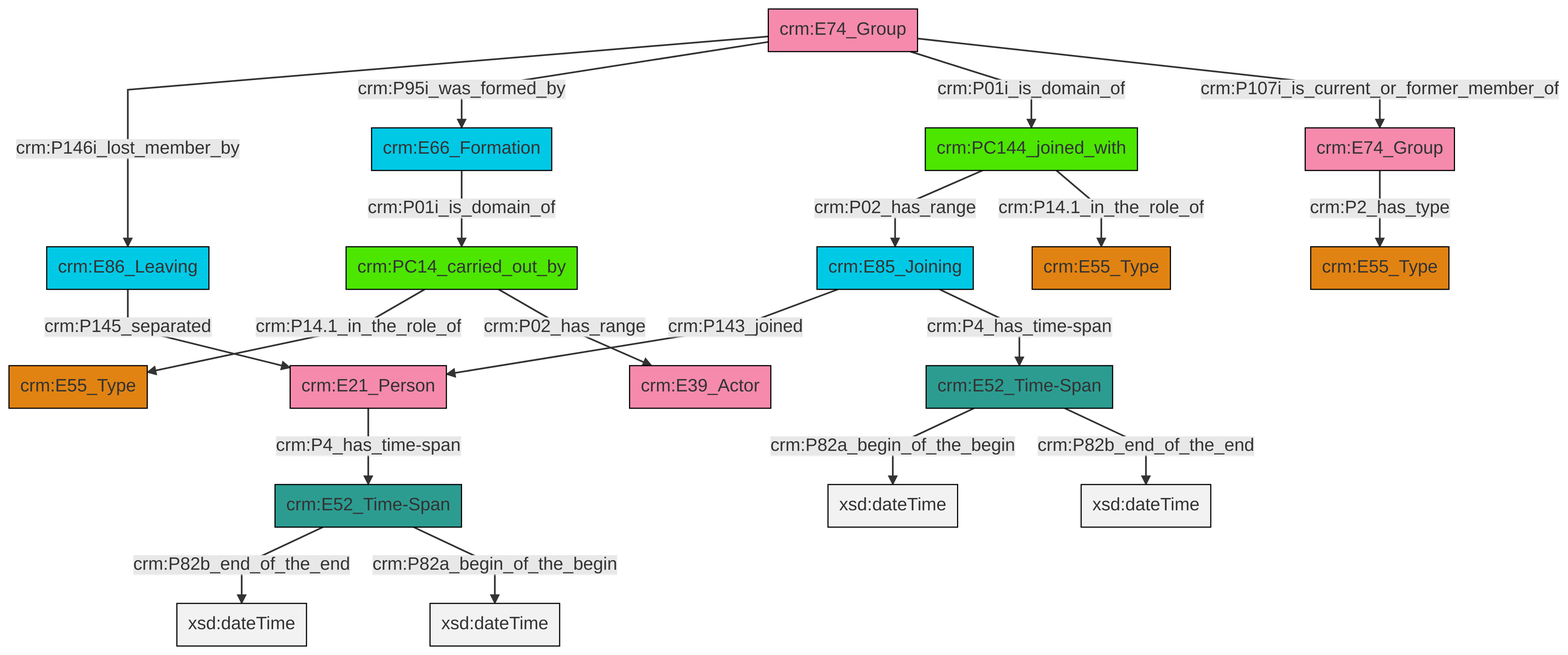
Above: et/groupCSV/ttl/mmd/png/group_actor_relations.png in swiss-art-research-net/reference-data-models (Mermaid), before the change. Its source is kept beside it as et/groupCSV/ttl/mmd/group_actor_relations.ttl.mmd.
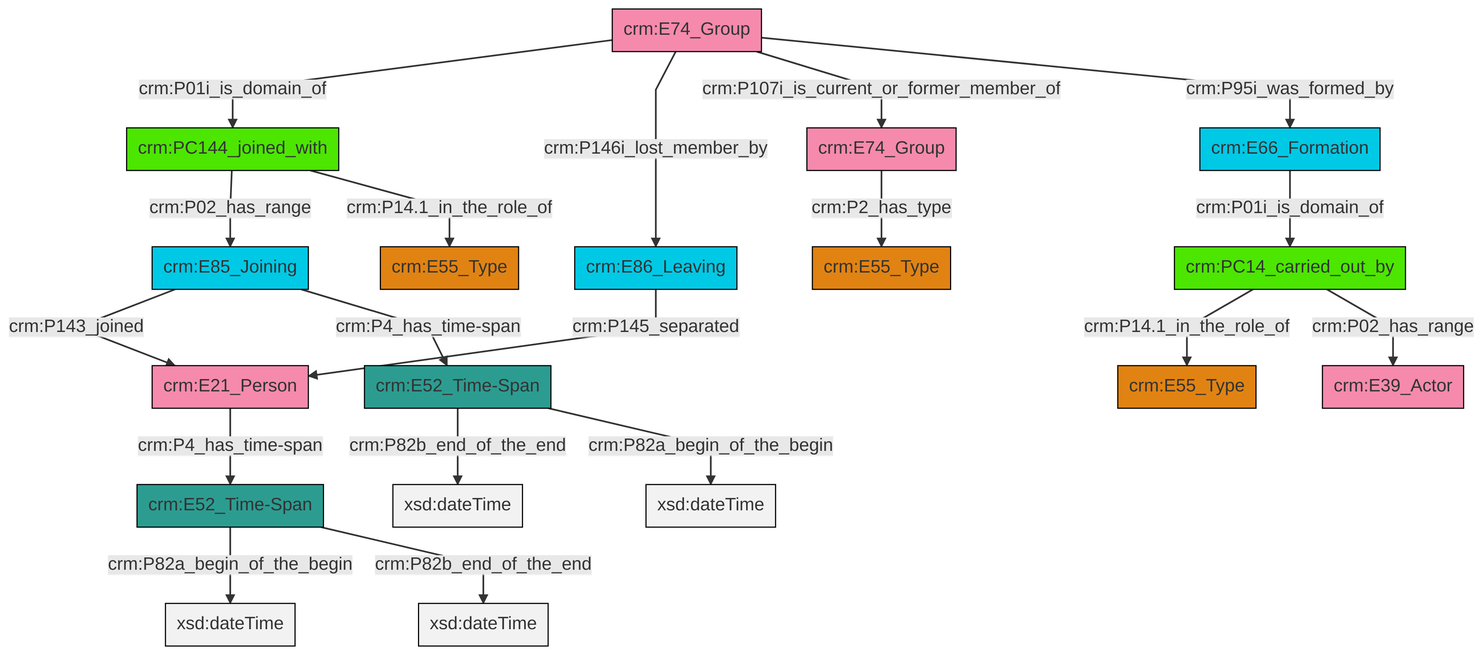
The same file after the commit.

The edit, as a diff of the source:
```diff
@@ -13,21 +13,21 @@
 classDef PC_Classes fill:#4ce600, stroke:#000000;
 classDef Multi fill:#cccccc,stroke:#000000;
 
-6["crm:E74_Group"]:::Actor -->|crm:P146i_lost_member_by| 7["crm:E86_Leaving"]:::Temporal_Entity
-7["crm:E86_Leaving"]:::Temporal_Entity -->|crm:P145_separated| 10["crm:E21_Person"]:::Actor
-11["crm:PC144_joined_with"]:::PC_Classes -->|crm:P02_has_range| 8["crm:E85_Joining"]:::Temporal_Entity
-12["crm:E74_Group"]:::Actor -->|crm:P2_has_type| 13["crm:E55_Type"]:::Type
-14["crm:E66_Formation"]:::Temporal_Entity -->|crm:P01i_is_domain_of| 0["crm:PC14_carried_out_by"]:::PC_Classes
-0["crm:PC14_carried_out_by"]:::PC_Classes -->|crm:P14.1_in_the_role_of| 15["crm:E55_Type"]:::Type
-6["crm:E74_Group"]:::Actor -->|crm:P95i_was_formed_by| 14["crm:E66_Formation"]:::Temporal_Entity
-6["crm:E74_Group"]:::Actor -->|crm:P01i_is_domain_of| 11["crm:PC144_joined_with"]:::PC_Classes
-10["crm:E21_Person"]:::Actor -->|crm:P4_has_time-span| 2["crm:E52_Time-Span"]:::Time-Span
-8["crm:E85_Joining"]:::Temporal_Entity -->|crm:P143_joined| 10["crm:E21_Person"]:::Actor
-24["crm:E52_Time-Span"]:::Time-Span -->|crm:P82a_begin_of_the_begin| 25[xsd:dateTime]:::Literal
-24["crm:E52_Time-Span"]:::Time-Span -->|crm:P82b_end_of_the_end| 26[xsd:dateTime]:::Literal
-6["crm:E74_Group"]:::Actor -->|crm:P107i_is_current_or_former_member_of| 12["crm:E74_Group"]:::Actor
-2["crm:E52_Time-Span"]:::Time-Span -->|crm:P82b_end_of_the_end| 30[xsd:dateTime]:::Literal
-8["crm:E85_Joining"]:::Temporal_Entity -->|crm:P4_has_time-span| 24["crm:E52_Time-Span"]:::Time-Span
-0["crm:PC14_carried_out_by"]:::PC_Classes -->|crm:P02_has_range| 18["crm:E39_Actor"]:::Actor
-11["crm:PC144_joined_with"]:::PC_Classes -->|crm:P14.1_in_the_role_of| 4["crm:E55_Type"]:::Type
-2["crm:E52_Time-Span"]:::Time-Span -->|crm:P82a_begin_of_the_begin| 34[xsd:dateTime]:::Literal
+2["crm:E52_Time-Span"]:::Time-Span -->|crm:P82a_begin_of_the_begin| 3[xsd:dateTime]:::Literal
+4["crm:PC14_carried_out_by"]:::PC_Classes -->|crm:P14.1_in_the_role_of| 0["crm:E55_Type"]:::Type
+8["crm:E85_Joining"]:::Temporal_Entity -->|crm:P143_joined| 9["crm:E21_Person"]:::Actor
+15["crm:E74_Group"]:::Actor -->|crm:P01i_is_domain_of| 16["crm:PC144_joined_with"]:::PC_Classes
+18["crm:E66_Formation"]:::Temporal_Entity -->|crm:P01i_is_domain_of| 4["crm:PC14_carried_out_by"]:::PC_Classes
+16["crm:PC144_joined_with"]:::PC_Classes -->|crm:P02_has_range| 8["crm:E85_Joining"]:::Temporal_Entity
+15["crm:E74_Group"]:::Actor -->|crm:P146i_lost_member_by| 12["crm:E86_Leaving"]:::Temporal_Entity
+20["crm:E52_Time-Span"]:::Time-Span -->|crm:P82b_end_of_the_end| 21[xsd:dateTime]:::Literal
+9["crm:E21_Person"]:::Actor -->|crm:P4_has_time-span| 2["crm:E52_Time-Span"]:::Time-Span
+20["crm:E52_Time-Span"]:::Time-Span -->|crm:P82a_begin_of_the_begin| 26[xsd:dateTime]:::Literal
+12["crm:E86_Leaving"]:::Temporal_Entity -->|crm:P145_separated| 9["crm:E21_Person"]:::Actor
+4["crm:PC14_carried_out_by"]:::PC_Classes -->|crm:P02_has_range| 10["crm:E39_Actor"]:::Actor
+15["crm:E74_Group"]:::Actor -->|crm:P107i_is_current_or_former_member_of| 22["crm:E74_Group"]:::Actor
+16["crm:PC144_joined_with"]:::PC_Classes -->|crm:P14.1_in_the_role_of| 6["crm:E55_Type"]:::Type
+2["crm:E52_Time-Span"]:::Time-Span -->|crm:P82b_end_of_the_end| 31[xsd:dateTime]:::Literal
+15["crm:E74_Group"]:::Actor -->|crm:P95i_was_formed_by| 18["crm:E66_Formation"]:::Temporal_Entity
+22["crm:E74_Group"]:::Actor -->|crm:P2_has_type| 24["crm:E55_Type"]:::Type
+8["crm:E85_Joining"]:::Temporal_Entity -->|crm:P4_has_time-span| 20["crm:E52_Time-Span"]:::Time-Span
```
